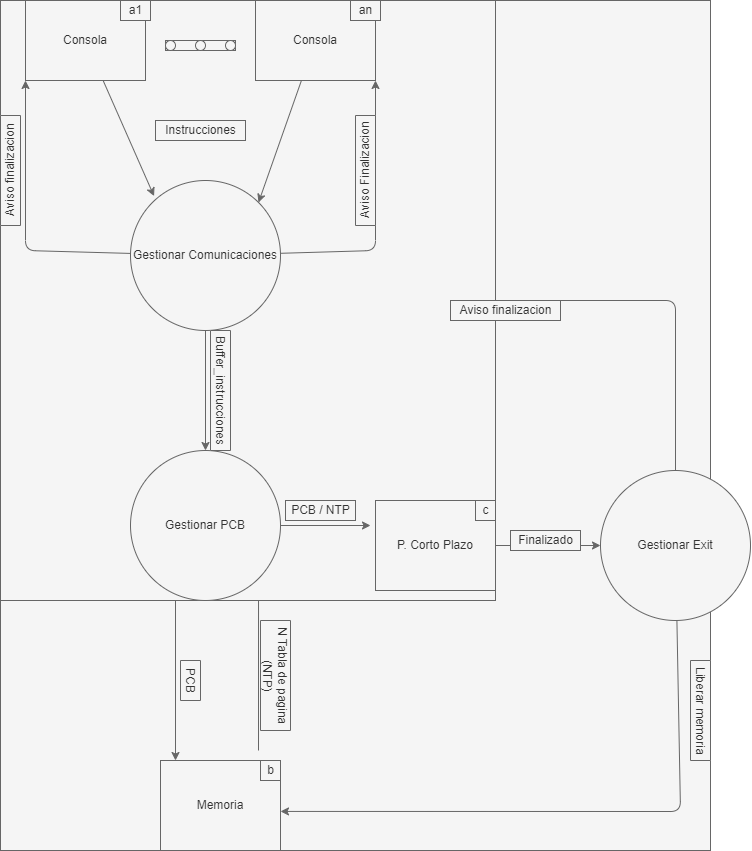
This is Kernel/documentacion/p_largo_plazo.png from martina-facu/Trabajo-operativos, a draw.io export, as it was before one commit. Source tidied: cells renumbered, new cells last; positions are measured from the earlier drawing's top-left corner, leaving out a move shared by most shapes.
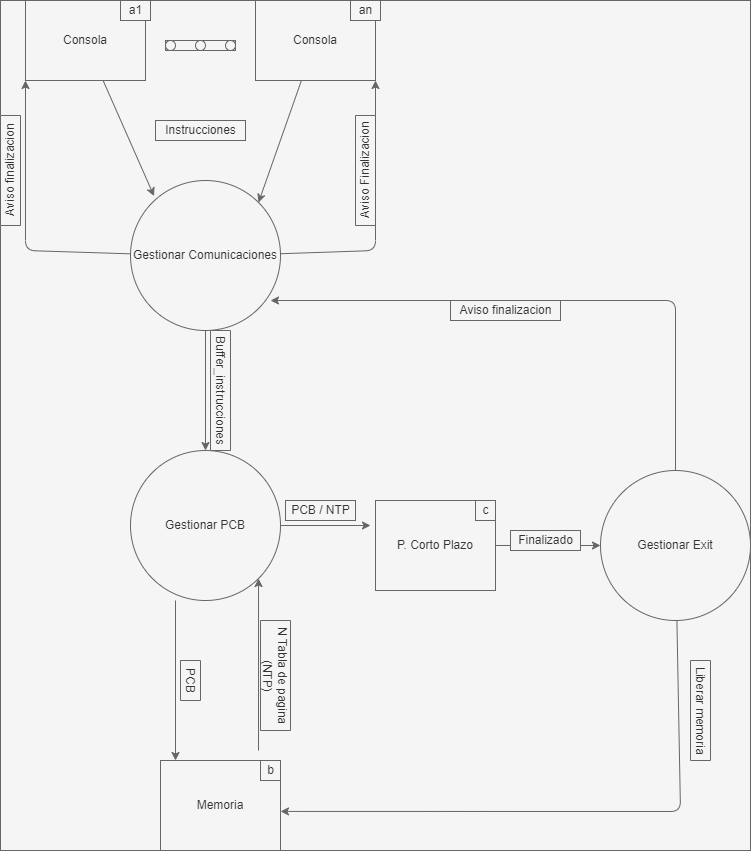
Later version of the same file.

Commit message:
errores diagramas largo plazo

What changed in the source:
```diff
@@ -2,27 +2,30 @@
   <root>
     <mxCell id="0" />
     <mxCell id="1" parent="0" />
-    <mxCell id="2" style="group;fillColor=#f5f5f5;fontColor=#333333;strokeColor=#666666;" parent="1" vertex="1">
-      <mxGeometry x="45" width="710" height="850" as="geometry" />
-    </mxCell>
+    <mxCell id="40" style="group;fillColor=#f5f5f5;fontColor=#333333;strokeColor=#666666;" parent="1" vertex="1">
+      <mxGeometry x="45" width="750" height="850" as="geometry" />
+    </mxCell>
+    <mxCell id="39" value="Gestionar Exit" style="ellipse;whiteSpace=wrap;html=1;fillColor=#f5f5f5;fontColor=#333333;strokeColor=#666666;" parent="40" vertex="1">
+      <mxGeometry x="600" y="470" width="150" height="150" as="geometry" />
+    </mxCell>
-    <mxCell id="3" style="edgeStyle=none;html=1;entryX=1;entryY=1;entryDx=0;entryDy=0;fillColor=#f5f5f5;strokeColor=#666666;" parent="2" edge="1" target="27">
+    <mxCell id="3" style="edgeStyle=none;html=1;entryX=1;entryY=1;entryDx=0;entryDy=0;fillColor=#f5f5f5;strokeColor=#666666;" parent="40" edge="1" target="27">
       <mxGeometry relative="1" as="geometry">
         <mxPoint x="258" y="750" as="sourcePoint" />
       </mxGeometry>
     </mxCell>
-    <mxCell id="4" value="Memoria" style="rounded=0;whiteSpace=wrap;html=1;fillColor=#f5f5f5;fontColor=#333333;strokeColor=#666666;" parent="2" vertex="1">
+    <mxCell id="4" value="Memoria" style="rounded=0;whiteSpace=wrap;html=1;fillColor=#f5f5f5;fontColor=#333333;strokeColor=#666666;" parent="40" vertex="1">
       <mxGeometry x="160" y="760" width="120" height="90" as="geometry" />
     </mxCell>
-    <mxCell id="5" value="b" style="text;html=1;align=center;verticalAlign=middle;strokeColor=#666666;fillColor=#f5f5f5;fontColor=#333333;" parent="2" vertex="1">
+    <mxCell id="5" value="b" style="text;html=1;align=center;verticalAlign=middle;strokeColor=#666666;fillColor=#f5f5f5;fontColor=#333333;" parent="40" vertex="1">
       <mxGeometry x="260" y="760" width="20" height="20" as="geometry" />
     </mxCell>
-    <mxCell id="6" value="PCB" style="text;html=1;align=center;verticalAlign=middle;strokeColor=#666666;fillColor=#f5f5f5;rotation=90;fontColor=#333333;" parent="2" vertex="1">
+    <mxCell id="6" value="PCB" style="text;html=1;align=center;verticalAlign=middle;strokeColor=#666666;fillColor=#f5f5f5;rotation=90;fontColor=#333333;" parent="40" vertex="1">
       <mxGeometry x="170" y="670" width="40" height="20" as="geometry" />
     </mxCell>
-    <mxCell id="7" value="N Tabla de pagina&lt;br&gt;(NTP)" style="text;html=1;align=center;verticalAlign=middle;strokeColor=#666666;fillColor=#f5f5f5;rotation=90;fontColor=#333333;" parent="2" vertex="1">
+    <mxCell id="7" value="N Tabla de pagina&lt;br&gt;(NTP)" style="text;html=1;align=center;verticalAlign=middle;strokeColor=#666666;fillColor=#f5f5f5;rotation=90;fontColor=#333333;" parent="40" vertex="1">
       <mxGeometry x="220" y="660" width="110" height="30" as="geometry" />
     </mxCell>
-    <mxCell id="8" style="edgeStyle=none;html=1;fillColor=#f5f5f5;strokeColor=#666666;" parent="2" edge="1">
+    <mxCell id="8" style="edgeStyle=none;html=1;fillColor=#f5f5f5;strokeColor=#666666;" parent="40" edge="1">
       <mxGeometry relative="1" as="geometry">
         <mxPoint x="676.4" y="620" as="sourcePoint" />
         <mxPoint x="280" y="810.9" as="targetPoint" />
@@ -31,7 +34,7 @@
         </Array>
       </mxGeometry>
     </mxCell>
-    <mxCell id="9" style="edgeStyle=none;html=1;fillColor=#f5f5f5;strokeColor=#666666;" parent="2" edge="1">
+    <mxCell id="9" style="edgeStyle=none;html=1;fillColor=#f5f5f5;strokeColor=#666666;" parent="40" edge="1">
       <mxGeometry relative="1" as="geometry">
         <mxPoint x="675" y="470" as="sourcePoint" />
         <mxPoint x="270" y="300" as="targetPoint" />
@@ -40,16 +43,27 @@
         </Array>
       </mxGeometry>
     </mxCell>
-    <mxCell id="10" style="group;fillColor=#f5f5f5;fontColor=#333333;strokeColor=#666666;" parent="2" vertex="1">
-      <mxGeometry width="495" height="600" as="geometry" />
-    </mxCell>
+    <mxCell id="35" style="edgeStyle=none;html=1;entryX=0;entryY=0.5;entryDx=0;entryDy=0;fillColor=#f5f5f5;strokeColor=#666666;" parent="40" edge="1" source="30">
+      <mxGeometry relative="1" as="geometry">
+        <mxPoint x="600" y="545" as="targetPoint" />
+      </mxGeometry>
+    </mxCell>
+    <mxCell id="36" value="Finalizado" style="text;html=1;align=center;verticalAlign=middle;strokeColor=#666666;fillColor=#f5f5f5;fontColor=#333333;" parent="40" vertex="1">
+      <mxGeometry x="510" y="530" width="70" height="20" as="geometry" />
+    </mxCell>
+    <mxCell id="37" value="Liberar memoria" style="text;html=1;align=center;verticalAlign=middle;strokeColor=#666666;fillColor=#f5f5f5;rotation=90;fontColor=#333333;" parent="40" vertex="1">
+      <mxGeometry x="650" y="700" width="100" height="20" as="geometry" />
+    </mxCell>
+    <mxCell id="38" value="Aviso finalizacion" style="text;html=1;align=center;verticalAlign=middle;strokeColor=#666666;fillColor=#f5f5f5;fontColor=#333333;" parent="40" vertex="1">
+      <mxGeometry x="450" y="300" width="110" height="20" as="geometry" />
+    </mxCell>
-    <mxCell id="11" value="Consola" style="rounded=0;whiteSpace=wrap;html=1;fillColor=#f5f5f5;fontColor=#333333;strokeColor=#666666;" parent="10" vertex="1">
+    <mxCell id="11" value="Consola" style="rounded=0;whiteSpace=wrap;html=1;fillColor=#f5f5f5;fontColor=#333333;strokeColor=#666666;" parent="40" vertex="1">
       <mxGeometry x="25" width="120" height="80" as="geometry" />
     </mxCell>
-    <mxCell id="12" value="a1" style="text;html=1;align=center;verticalAlign=middle;strokeColor=#666666;fillColor=#f5f5f5;fontColor=#333333;" parent="10" vertex="1">
+    <mxCell id="12" value="a1" style="text;html=1;align=center;verticalAlign=middle;strokeColor=#666666;fillColor=#f5f5f5;fontColor=#333333;" parent="40" vertex="1">
       <mxGeometry x="120" width="30" height="20" as="geometry" />
     </mxCell>
-    <mxCell id="13" style="group;fillColor=#f5f5f5;fontColor=#333333;strokeColor=#666666;" parent="10" vertex="1">
+    <mxCell id="13" style="group;fillColor=#f5f5f5;fontColor=#333333;strokeColor=#666666;" parent="40" vertex="1">
       <mxGeometry x="165" y="40" width="70" height="10" as="geometry" />
     </mxCell>
     <mxCell id="14" style="shape=ellipse;fillColor=#f5f5f5;strokeColor=#666666;html=1;sketch=0;fontColor=#333333;" parent="13" vertex="1">
@@ -61,88 +75,71 @@
     <mxCell id="16" style="shape=ellipse;fillColor=#f5f5f5;strokeColor=#666666;html=1;sketch=0;fontColor=#333333;" parent="13" vertex="1">
       <mxGeometry x="60" width="10" height="10" as="geometry" />
     </mxCell>
-    <mxCell id="17" value="Consola" style="rounded=0;whiteSpace=wrap;html=1;fillColor=#f5f5f5;fontColor=#333333;strokeColor=#666666;" parent="10" vertex="1">
+    <mxCell id="17" value="Consola" style="rounded=0;whiteSpace=wrap;html=1;fillColor=#f5f5f5;fontColor=#333333;strokeColor=#666666;" parent="40" vertex="1">
       <mxGeometry x="255" width="120" height="80" as="geometry" />
     </mxCell>
-    <mxCell id="18" value="an" style="text;html=1;align=center;verticalAlign=middle;strokeColor=#666666;fillColor=#f5f5f5;fontColor=#333333;" parent="10" vertex="1">
+    <mxCell id="18" value="an" style="text;html=1;align=center;verticalAlign=middle;strokeColor=#666666;fillColor=#f5f5f5;fontColor=#333333;" parent="40" vertex="1">
       <mxGeometry x="350" width="30" height="20" as="geometry" />
     </mxCell>
-    <mxCell id="19" style="edgeStyle=none;html=1;entryX=1;entryY=1;entryDx=0;entryDy=0;fillColor=#f5f5f5;strokeColor=#666666;" parent="10" edge="1" source="21" target="17">
+    <mxCell id="19" style="edgeStyle=none;html=1;entryX=1;entryY=1;entryDx=0;entryDy=0;fillColor=#f5f5f5;strokeColor=#666666;" parent="40" edge="1" source="21" target="17">
       <mxGeometry relative="1" as="geometry">
         <Array as="points">
           <mxPoint x="375" y="250" />
         </Array>
       </mxGeometry>
     </mxCell>
-    <mxCell id="20" style="edgeStyle=none;html=1;entryX=0;entryY=1;entryDx=0;entryDy=0;fillColor=#f5f5f5;strokeColor=#666666;" parent="10" edge="1" source="21" target="11">
+    <mxCell id="20" style="edgeStyle=none;html=1;entryX=0;entryY=1;entryDx=0;entryDy=0;fillColor=#f5f5f5;strokeColor=#666666;" parent="40" edge="1" source="21" target="11">
       <mxGeometry relative="1" as="geometry">
         <Array as="points">
           <mxPoint x="25" y="250" />
         </Array>
       </mxGeometry>
     </mxCell>
-    <mxCell id="21" value="Gestionar Comunicaciones" style="ellipse;whiteSpace=wrap;html=1;fillColor=#f5f5f5;fontColor=#333333;strokeColor=#666666;" parent="10" vertex="1">
+    <mxCell id="21" value="Gestionar Comunicaciones" style="ellipse;whiteSpace=wrap;html=1;fillColor=#f5f5f5;fontColor=#333333;strokeColor=#666666;" parent="40" vertex="1">
       <mxGeometry x="130" y="180" width="150" height="150" as="geometry" />
     </mxCell>
-    <mxCell id="22" style="edgeStyle=none;html=1;entryX=0.157;entryY=0.104;entryDx=0;entryDy=0;entryPerimeter=0;fillColor=#f5f5f5;strokeColor=#666666;" parent="10" edge="1" source="11" target="21">
+    <mxCell id="22" style="edgeStyle=none;html=1;entryX=0.157;entryY=0.104;entryDx=0;entryDy=0;entryPerimeter=0;fillColor=#f5f5f5;strokeColor=#666666;" parent="40" edge="1" source="11" target="21">
       <mxGeometry relative="1" as="geometry" />
     </mxCell>
-    <mxCell id="23" style="edgeStyle=none;html=1;entryX=1;entryY=0;entryDx=0;entryDy=0;fillColor=#f5f5f5;strokeColor=#666666;" parent="10" edge="1" source="17" target="21">
+    <mxCell id="23" style="edgeStyle=none;html=1;entryX=1;entryY=0;entryDx=0;entryDy=0;fillColor=#f5f5f5;strokeColor=#666666;" parent="40" edge="1" source="17" target="21">
       <mxGeometry relative="1" as="geometry" />
     </mxCell>
-    <mxCell id="24" value="Instrucciones" style="text;html=1;align=center;verticalAlign=middle;strokeColor=#666666;fillColor=#f5f5f5;fontColor=#333333;" parent="10" vertex="1">
+    <mxCell id="24" value="Instrucciones" style="text;html=1;align=center;verticalAlign=middle;strokeColor=#666666;fillColor=#f5f5f5;fontColor=#333333;" parent="40" vertex="1">
       <mxGeometry x="155" y="120" width="90" height="20" as="geometry" />
     </mxCell>
-    <mxCell id="25" value="Aviso Finalizacion" style="text;html=1;align=center;verticalAlign=middle;strokeColor=#666666;fillColor=#f5f5f5;rotation=-90;fontColor=#333333;" parent="10" vertex="1">
+    <mxCell id="25" value="Aviso Finalizacion" style="text;html=1;align=center;verticalAlign=middle;strokeColor=#666666;fillColor=#f5f5f5;rotation=-90;fontColor=#333333;" parent="40" vertex="1">
       <mxGeometry x="310" y="160" width="110" height="20" as="geometry" />
     </mxCell>
-    <mxCell id="26" value="Aviso finalizacion" style="text;html=1;align=center;verticalAlign=middle;strokeColor=#666666;fillColor=#f5f5f5;rotation=-90;fontColor=#333333;" parent="10" vertex="1">
+    <mxCell id="26" value="Aviso finalizacion" style="text;html=1;align=center;verticalAlign=middle;strokeColor=#666666;fillColor=#f5f5f5;rotation=-90;fontColor=#333333;" parent="40" vertex="1">
       <mxGeometry x="-45" y="160" width="110" height="20" as="geometry" />
     </mxCell>
-    <mxCell id="27" value="Gestionar PCB" style="ellipse;whiteSpace=wrap;html=1;fillColor=#f5f5f5;fontColor=#333333;strokeColor=#666666;" parent="10" vertex="1">
+    <mxCell id="27" value="Gestionar PCB" style="ellipse;whiteSpace=wrap;html=1;fillColor=#f5f5f5;fontColor=#333333;strokeColor=#666666;" parent="40" vertex="1">
       <mxGeometry x="130" y="450" width="150" height="150" as="geometry" />
     </mxCell>
-    <mxCell id="28" style="edgeStyle=none;html=1;entryX=0.5;entryY=0;entryDx=0;entryDy=0;fillColor=#f5f5f5;strokeColor=#666666;" parent="10" edge="1" source="21" target="27">
+    <mxCell id="28" style="edgeStyle=none;html=1;entryX=0.5;entryY=0;entryDx=0;entryDy=0;fillColor=#f5f5f5;strokeColor=#666666;" parent="40" edge="1" source="21" target="27">
       <mxGeometry relative="1" as="geometry" />
     </mxCell>
-    <mxCell id="29" value="Buffer_instrucciones" style="text;html=1;align=center;verticalAlign=middle;strokeColor=#666666;fillColor=#f5f5f5;rotation=90;fontColor=#333333;" parent="10" vertex="1">
+    <mxCell id="29" value="Buffer_instrucciones" style="text;html=1;align=center;verticalAlign=middle;strokeColor=#666666;fillColor=#f5f5f5;rotation=90;fontColor=#333333;" parent="40" vertex="1">
       <mxGeometry x="160" y="380" width="120" height="20" as="geometry" />
     </mxCell>
-    <mxCell id="30" value="P. Corto Plazo" style="rounded=0;whiteSpace=wrap;html=1;fillColor=#f5f5f5;fontColor=#333333;strokeColor=#666666;" parent="10" vertex="1">
+    <mxCell id="30" value="P. Corto Plazo" style="rounded=0;whiteSpace=wrap;html=1;fillColor=#f5f5f5;fontColor=#333333;strokeColor=#666666;" parent="40" vertex="1">
       <mxGeometry x="375" y="500" width="120" height="90" as="geometry" />
     </mxCell>
-    <mxCell id="31" value="PCB / NTP" style="text;html=1;align=center;verticalAlign=middle;strokeColor=#666666;fillColor=#f5f5f5;rotation=0;fontColor=#333333;" parent="10" vertex="1">
+    <mxCell id="31" value="PCB / NTP" style="text;html=1;align=center;verticalAlign=middle;strokeColor=#666666;fillColor=#f5f5f5;rotation=0;fontColor=#333333;" parent="40" vertex="1">
       <mxGeometry x="285" y="500" width="70" height="20" as="geometry" />
     </mxCell>
-    <mxCell id="32" style="edgeStyle=none;html=1;fillColor=#f5f5f5;strokeColor=#666666;" parent="10" edge="1" source="27">
+    <mxCell id="32" style="edgeStyle=none;html=1;fillColor=#f5f5f5;strokeColor=#666666;" parent="40" edge="1" source="27">
       <mxGeometry relative="1" as="geometry">
         <mxPoint x="370" y="525" as="targetPoint" />
       </mxGeometry>
     </mxCell>
-    <mxCell id="33" value="c" style="text;html=1;align=center;verticalAlign=middle;strokeColor=#666666;fillColor=#f5f5f5;fontColor=#333333;" parent="10" vertex="1">
+    <mxCell id="33" value="c" style="text;html=1;align=center;verticalAlign=middle;strokeColor=#666666;fillColor=#f5f5f5;fontColor=#333333;" parent="40" vertex="1">
       <mxGeometry x="475" y="500" width="20" height="20" as="geometry" />
     </mxCell>
-    <mxCell id="34" style="edgeStyle=none;html=1;entryX=0.125;entryY=0;entryDx=0;entryDy=0;entryPerimeter=0;fillColor=#f5f5f5;strokeColor=#666666;" parent="10" edge="1" target="4">
+    <mxCell id="34" style="edgeStyle=none;html=1;entryX=0.125;entryY=0;entryDx=0;entryDy=0;entryPerimeter=0;fillColor=#f5f5f5;strokeColor=#666666;" parent="40" edge="1" target="4">
       <mxGeometry relative="1" as="geometry">
         <mxPoint x="175" y="600" as="sourcePoint" />
       </mxGeometry>
     </mxCell>
-    <mxCell id="35" style="edgeStyle=none;html=1;entryX=0;entryY=0.5;entryDx=0;entryDy=0;fillColor=#f5f5f5;strokeColor=#666666;" parent="2" edge="1" source="30">
-      <mxGeometry relative="1" as="geometry">
-        <mxPoint x="600" y="545" as="targetPoint" />
-      </mxGeometry>
-    </mxCell>
-    <mxCell id="36" value="Finalizado" style="text;html=1;align=center;verticalAlign=middle;strokeColor=#666666;fillColor=#f5f5f5;fontColor=#333333;" parent="2" vertex="1">
-      <mxGeometry x="510" y="530" width="70" height="20" as="geometry" />
-    </mxCell>
-    <mxCell id="37" value="Liberar memoria" style="text;html=1;align=center;verticalAlign=middle;strokeColor=#666666;fillColor=#f5f5f5;rotation=90;fontColor=#333333;" parent="2" vertex="1">
-      <mxGeometry x="650" y="700" width="100" height="20" as="geometry" />
-    </mxCell>
-    <mxCell id="38" value="Aviso finalizacion" style="text;html=1;align=center;verticalAlign=middle;strokeColor=#666666;fillColor=#f5f5f5;fontColor=#333333;" parent="2" vertex="1">
-      <mxGeometry x="450" y="300" width="110" height="20" as="geometry" />
-    </mxCell>
-    <mxCell id="39" value="Gestionar Exit" style="ellipse;whiteSpace=wrap;html=1;fillColor=#f5f5f5;fontColor=#333333;strokeColor=#666666;" parent="1" vertex="1">
-      <mxGeometry x="645" y="470" width="150" height="150" as="geometry" />
-    </mxCell>
   </root>
 </mxGraphModel>
```
